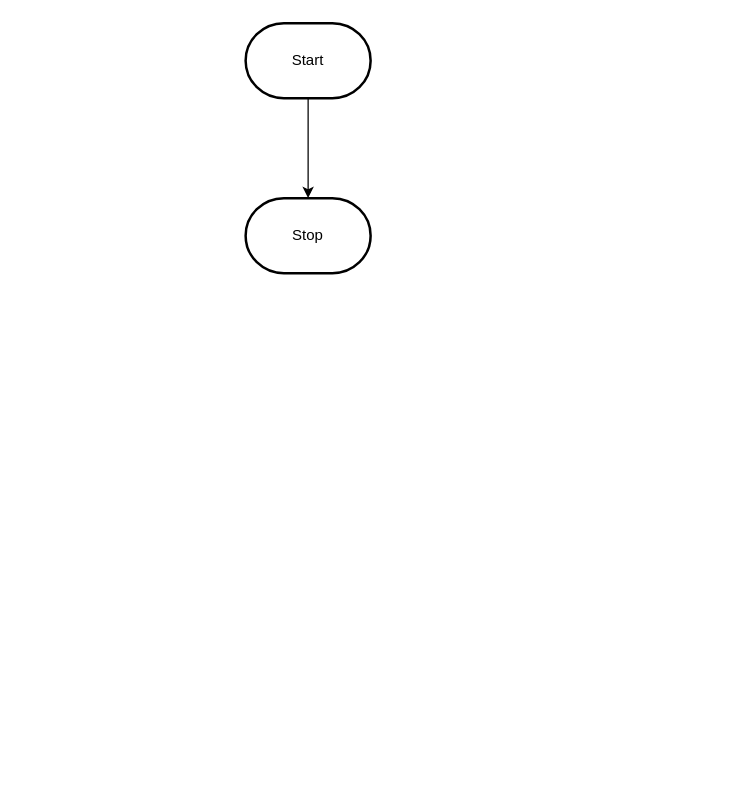
Earlier version of the draw.io diagram design/flowchart.drawio (MTHS-ICD2O-1-2023/ICD2O-Unit-5-07-yoochan-han). Source tidied: cells renumbered, new cells numbered last; positions are measured from the earlier drawing's top-left corner, leaving out a move shared by most shapes. Both pictures are drawn from the tidied source at 125%, with x=0, y=0 at pixel (245, 22).
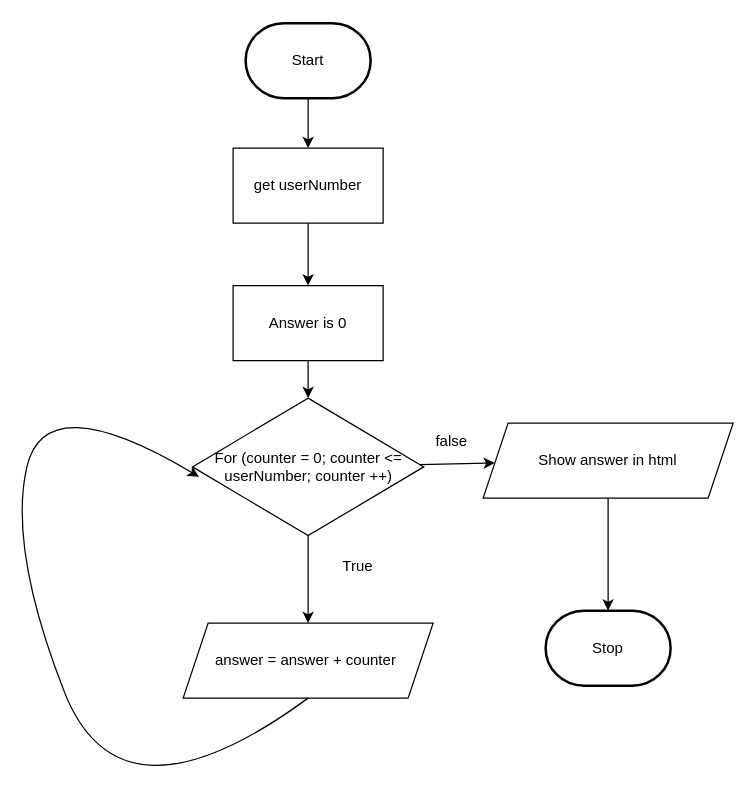
The same page after the edit.

Change to the diagram source:
```diff
@@
 <mxGraphModel>
   <root>
     <mxCell id="0" />
     <mxCell id="1" parent="0" />
-    <mxCell id="2" style="edgeStyle=orthogonalEdgeStyle;html=1;rounded=0;" parent="1" edge="1" source="3" target="4">
-      <mxGeometry relative="1" as="geometry" />
-    </mxCell>
+    <mxCell id="5" style="edgeStyle=none;html=1;entryX=0.5;entryY=0;entryDx=0;entryDy=0;" parent="1" edge="1" source="3" target="7">
+      <mxGeometry relative="1" as="geometry" />
+    </mxCell>
     <mxCell id="3" value="Start" style="strokeWidth=2;html=1;shape=mxgraph.flowchart.terminator;whiteSpace=wrap;" parent="1" vertex="1">
       <mxGeometry width="100" height="60" as="geometry" />
     </mxCell>
     <mxCell id="4" value="Stop" style="strokeWidth=2;html=1;shape=mxgraph.flowchart.terminator;whiteSpace=wrap;" parent="1" vertex="1">
-      <mxGeometry y="140" width="100" height="60" as="geometry" />
+      <mxGeometry x="240" y="470" width="100" height="60" as="geometry" />
     </mxCell>
+    <mxCell id="6" style="edgeStyle=none;html=1;entryX=0.5;entryY=0;entryDx=0;entryDy=0;" parent="1" edge="1" source="7" target="9">
+      <mxGeometry relative="1" as="geometry" />
+    </mxCell>
+    <mxCell id="7" value="get userNumber" style="rounded=0;whiteSpace=wrap;html=1;" parent="1" vertex="1">
+      <mxGeometry x="-10" y="100" width="120" height="60" as="geometry" />
+    </mxCell>
+    <mxCell id="8" style="edgeStyle=none;html=1;" parent="1" edge="1" source="9" target="12">
+      <mxGeometry relative="1" as="geometry" />
+    </mxCell>
+    <mxCell id="9" value="Answer is 0" style="rounded=0;whiteSpace=wrap;html=1;" parent="1" vertex="1">
+      <mxGeometry x="-10" y="210" width="120" height="60" as="geometry" />
+    </mxCell>
+    <mxCell id="10" style="edgeStyle=none;html=1;" parent="1" edge="1" source="12" target="13">
+      <mxGeometry relative="1" as="geometry" />
+    </mxCell>
+    <mxCell id="11" style="edgeStyle=none;html=1;" parent="1" edge="1" source="12" target="16">
+      <mxGeometry relative="1" as="geometry" />
+    </mxCell>
+    <mxCell id="12" value="For (counter = 0; counter &amp;lt;= userNumber; counter ++)" style="rhombus;whiteSpace=wrap;html=1;" parent="1" vertex="1">
+      <mxGeometry x="-42.5" y="300" width="185" height="110" as="geometry" />
+    </mxCell>
+    <mxCell id="13" value="answer = answer + counter&amp;nbsp;" style="shape=parallelogram;perimeter=parallelogramPerimeter;whiteSpace=wrap;html=1;fixedSize=1;" parent="1" vertex="1">
+      <mxGeometry x="-50" y="480" width="200" height="60" as="geometry" />
+    </mxCell>
+    <mxCell id="14" style="curved=1;endArrow=classic;html=1;entryX=0.028;entryY=0.572;entryDx=0;entryDy=0;entryPerimeter=0;exitX=0.5;exitY=1;exitDx=0;exitDy=0;" parent="1" edge="1" source="13" target="12">
+      <mxGeometry relative="1" as="geometry">
+        <Array as="points">
+          <mxPoint x="-100" y="650" />
+          <mxPoint x="-190" y="420" />
+          <mxPoint x="-160" y="290" />
+        </Array>
+      </mxGeometry>
+    </mxCell>
+    <mxCell id="15" style="edgeStyle=none;html=1;entryX=0.5;entryY=0;entryDx=0;entryDy=0;entryPerimeter=0;" parent="1" edge="1" source="16" target="4">
+      <mxGeometry relative="1" as="geometry" />
+    </mxCell>
+    <mxCell id="16" value="Show answer in html" style="shape=parallelogram;perimeter=parallelogramPerimeter;whiteSpace=wrap;html=1;fixedSize=1;" parent="1" vertex="1">
+      <mxGeometry x="190" y="320" width="200" height="60" as="geometry" />
+    </mxCell>
+    <mxCell id="17" value="True" style="text;html=1;strokeColor=none;fillColor=none;align=center;verticalAlign=middle;whiteSpace=wrap;rounded=0;" parent="1" vertex="1">
+      <mxGeometry x="60" y="420" width="60" height="30" as="geometry" />
+    </mxCell>
+    <mxCell id="18" value="false" style="text;html=1;strokeColor=none;fillColor=none;align=center;verticalAlign=middle;whiteSpace=wrap;rounded=0;" parent="1" vertex="1">
+      <mxGeometry x="135" y="320" width="60" height="30" as="geometry" />
+    </mxCell>
   </root>
 </mxGraphModel>
```
